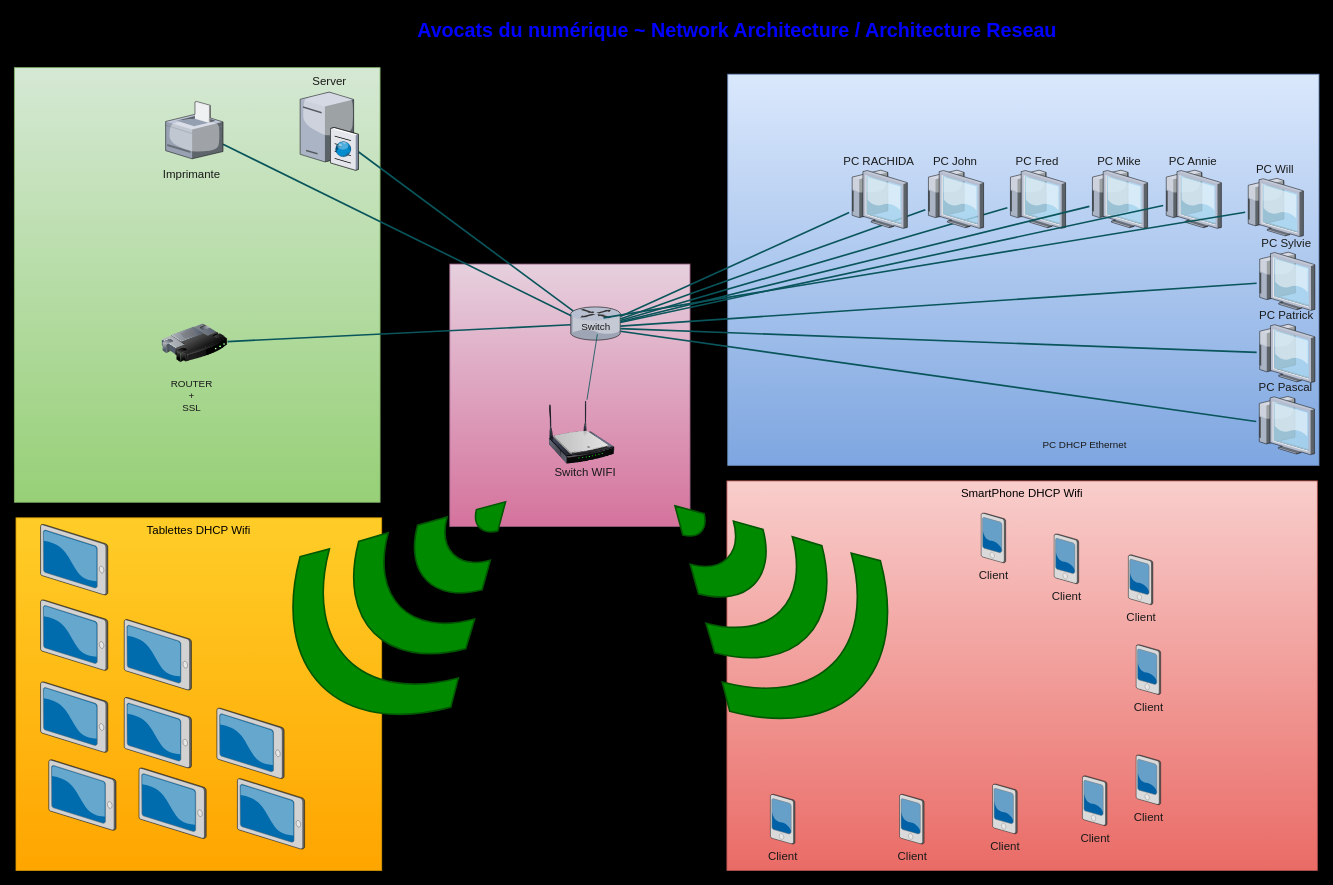
This is Diagramme sans nom.drawio from OCR-GRLD/OCR-GRLD, a draw.io file, before an edit. Source tidied: cells renumbered, new cells numbered last; positions are measured from the earlier drawing's top-left corner, leaving out a move shared by most shapes. Both pictures are drawn from the tidied source at 82%, with x=0, y=0 at pixel (14, 14).
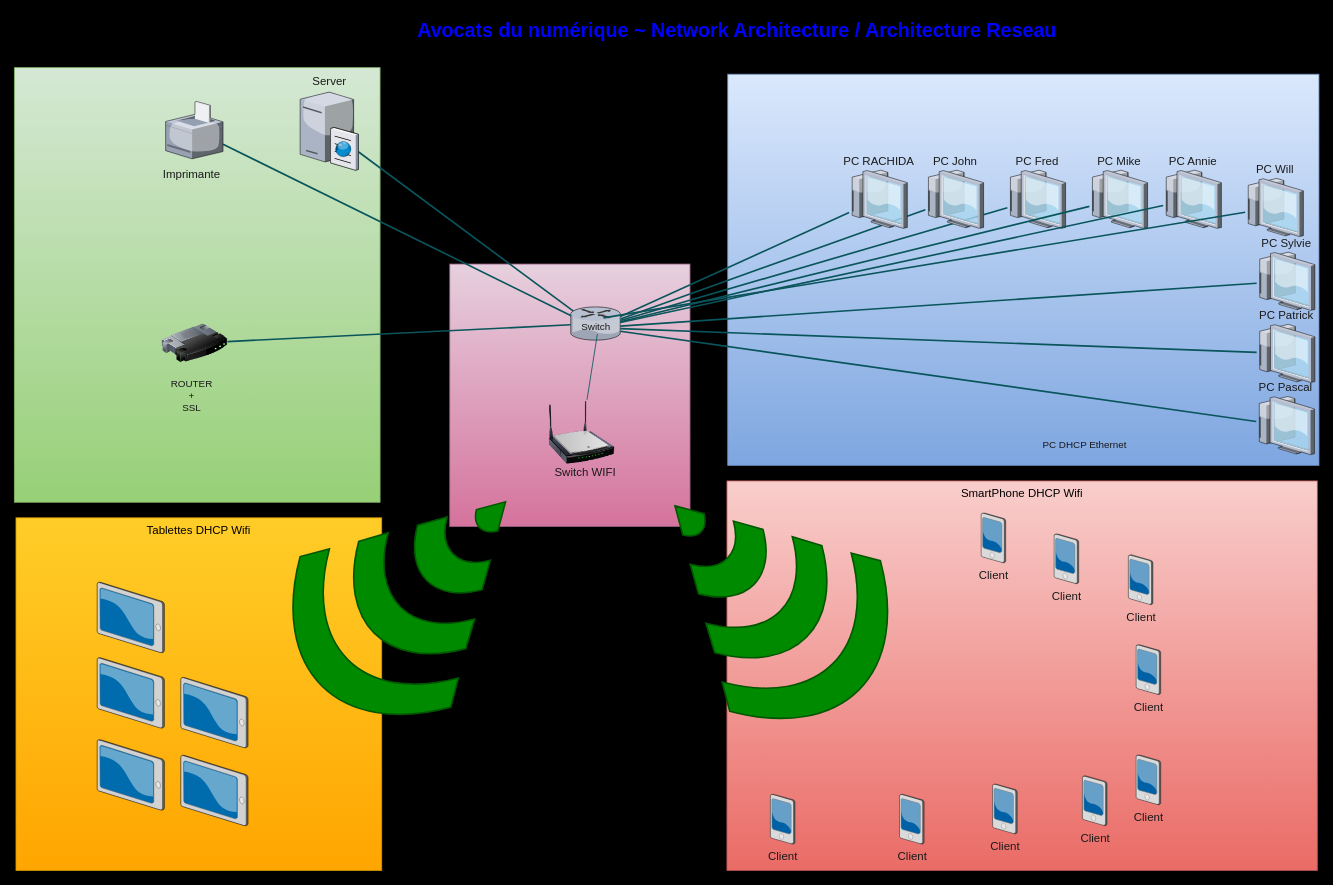
Above is the later version.

What changed in the source:
```diff
@@
-    <mxCell id="48" style="verticalLabelPosition=bottom;html=1;verticalAlign=top;strokeColor=none;align=center;shape=mxgraph.citrix.tablet_2;labelBackgroundColor=none;rounded=0;fillColor=#FAD9D5;fontColor=#1A1A1A;" parent="1" vertex="1">
-      <mxGeometry x="152" y="919" width="82" height="86" as="geometry" />
-    </mxCell>
-    <mxCell id="49" style="verticalLabelPosition=bottom;html=1;verticalAlign=top;strokeColor=none;align=center;shape=mxgraph.citrix.tablet_2;labelBackgroundColor=none;rounded=0;fillColor=#FAD9D5;fontColor=#1A1A1A;" parent="1" vertex="1">
-      <mxGeometry x="42" y="909" width="82" height="86" as="geometry" />
-    </mxCell>
-    <mxCell id="50" style="verticalLabelPosition=bottom;html=1;verticalAlign=top;strokeColor=none;align=center;shape=mxgraph.citrix.tablet_2;labelBackgroundColor=none;rounded=0;fillColor=#FAD9D5;fontColor=#1A1A1A;" parent="1" vertex="1">
-      <mxGeometry x="272" y="932" width="82" height="86" as="geometry" />
-    </mxCell>
     <mxCell id="51" style="verticalLabelPosition=bottom;html=1;verticalAlign=top;strokeColor=none;align=center;shape=mxgraph.citrix.tablet_2;labelBackgroundColor=none;rounded=0;fillColor=#FAD9D5;fontColor=#1A1A1A;" parent="1" vertex="1">
-      <mxGeometry x="32" y="814" width="82" height="86" as="geometry" />
+      <mxGeometry x="101" y="884.5" width="82" height="86" as="geometry" />
     </mxCell>
     <mxCell id="52" style="verticalLabelPosition=bottom;html=1;verticalAlign=top;strokeColor=none;align=center;shape=mxgraph.citrix.tablet_2;labelBackgroundColor=none;rounded=0;fillColor=#FAD9D5;fontColor=#1A1A1A;" parent="1" vertex="1">
-      <mxGeometry x="32" y="714" width="82" height="86" as="geometry" />
+      <mxGeometry x="101" y="784.5" width="82" height="86" as="geometry" />
     </mxCell>
     <mxCell id="53" style="verticalLabelPosition=bottom;html=1;verticalAlign=top;strokeColor=none;align=center;shape=mxgraph.citrix.tablet_2;labelBackgroundColor=none;rounded=0;fillColor=#FAD9D5;fontColor=#1A1A1A;" parent="1" vertex="1">
-      <mxGeometry x="32" y="622" width="82" height="86" as="geometry" />
+      <mxGeometry x="101" y="692.5" width="82" height="86" as="geometry" />
     </mxCell>
-    <mxCell id="54" style="verticalLabelPosition=bottom;html=1;verticalAlign=top;strokeColor=none;align=center;shape=mxgraph.citrix.tablet_2;labelBackgroundColor=none;rounded=0;fillColor=#FAD9D5;fontColor=#1A1A1A;" parent="1" vertex="1">
-      <mxGeometry x="247" y="846" width="82" height="86" as="geometry" />
-    </mxCell>
     <mxCell id="55" style="verticalLabelPosition=bottom;html=1;verticalAlign=top;strokeColor=none;align=center;shape=mxgraph.citrix.tablet_2;labelBackgroundColor=none;rounded=0;fillColor=#FAD9D5;fontColor=#1A1A1A;" parent="1" vertex="1">
-      <mxGeometry x="134" y="738" width="82" height="86" as="geometry" />
+      <mxGeometry x="203" y="808.5" width="82" height="86" as="geometry" />
     </mxCell>
     <mxCell id="56" style="verticalLabelPosition=bottom;html=1;verticalAlign=top;strokeColor=none;align=center;shape=mxgraph.citrix.tablet_2;labelBackgroundColor=none;rounded=0;fillColor=#FAD9D5;fontColor=#1A1A1A;" parent="1" vertex="1">
-      <mxGeometry x="134" y="833" width="82" height="86" as="geometry" />
+      <mxGeometry x="203" y="903.5" width="82" height="86" as="geometry" />
     </mxCell>
```
